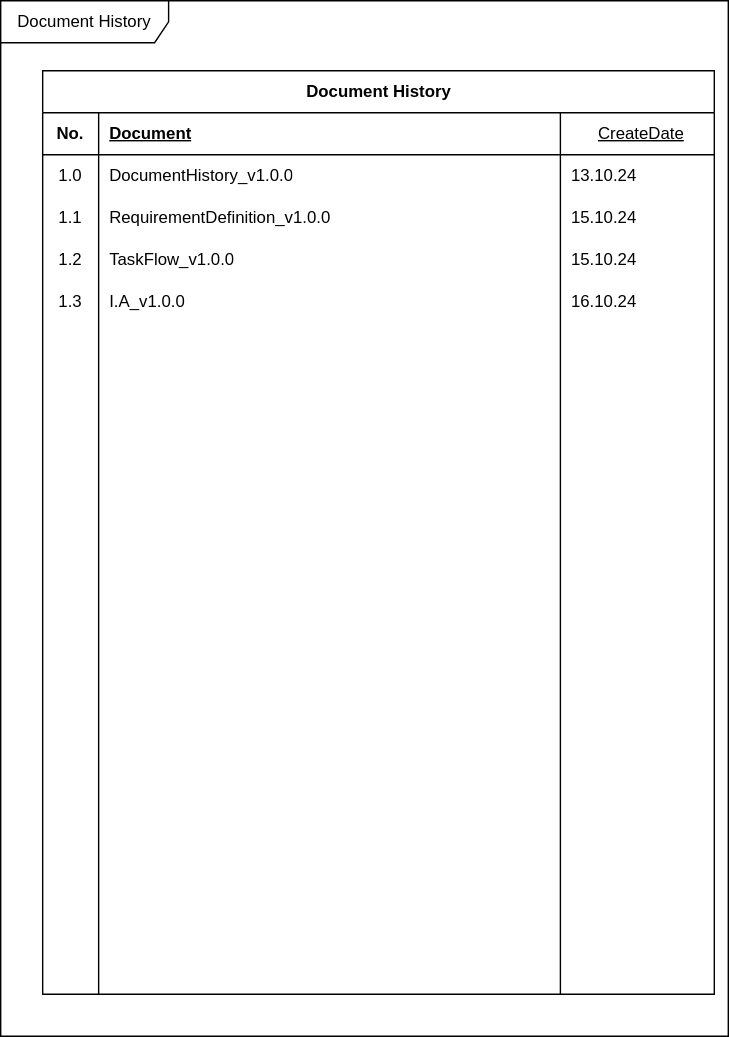
The draw.io diagram Document/WeadinatorDocumentation.svg in cjungwo/Weadinator, before a commit. Source tidied: cells renumbered, new cells last; positions are measured from the earlier drawing's top-left corner, leaving out a move shared by most shapes.
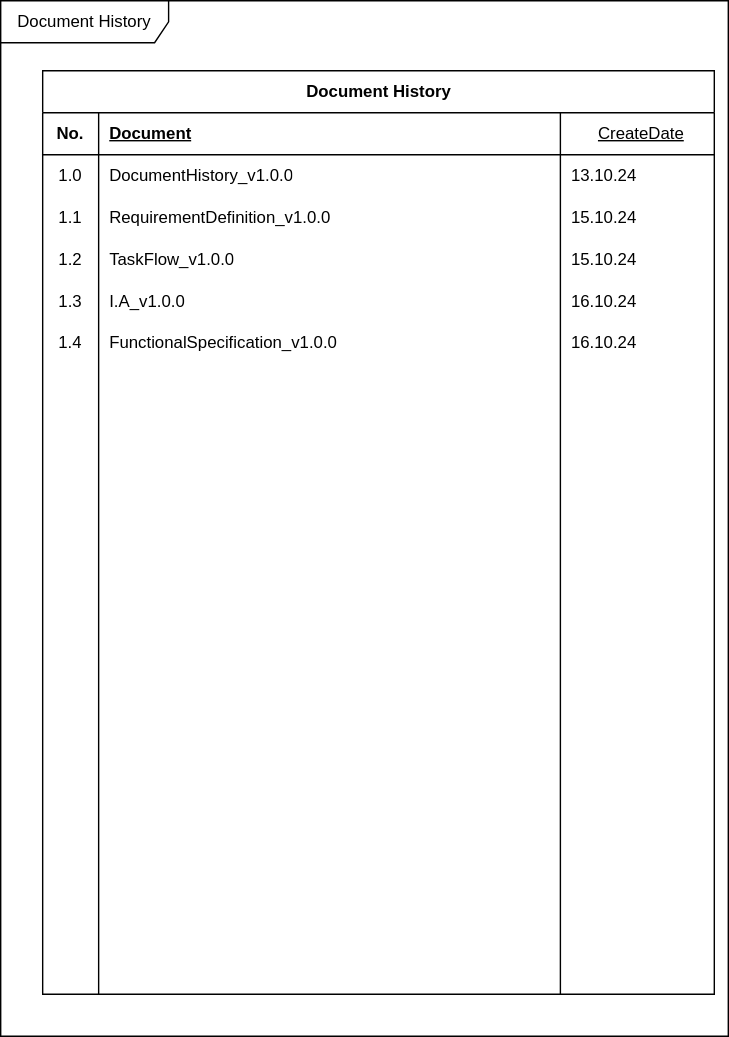
After the change.

Change to the diagram source:
```diff
@@ -71,13 +71,13 @@
     <mxCell id="24" style="shape=tableRow;horizontal=0;startSize=0;swimlaneHead=0;swimlaneBody=0;fillColor=none;top=0;left=0;right=0;bottom=0;" parent="3" vertex="1">
       <mxGeometry y="180" width="480" height="30" as="geometry" />
     </mxCell>
-    <mxCell id="25" style="shape=partialRectangle;fillColor=none;top=0;left=0;bottom=0;right=0;overflow=hidden;whiteSpace=wrap;html=1;" parent="24" vertex="1">
+    <mxCell id="25" value="1.&lt;span style=&quot;white-space: pre;&quot;&gt;4&lt;/span&gt;" style="shape=partialRectangle;fillColor=none;top=0;left=0;bottom=0;right=0;overflow=hidden;whiteSpace=wrap;html=1;" parent="24" vertex="1">
       <mxGeometry width="40" height="30" as="geometry" />
     </mxCell>
-    <mxCell id="26" style="shape=partialRectangle;fillColor=none;top=0;left=0;bottom=0;right=0;align=left;spacingLeft=6;overflow=hidden;whiteSpace=wrap;html=1;" parent="24" vertex="1">
+    <mxCell id="26" value="FunctionalSpecification_v1.0.0" style="shape=partialRectangle;fillColor=none;top=0;left=0;bottom=0;right=0;align=left;spacingLeft=6;overflow=hidden;whiteSpace=wrap;html=1;" parent="24" vertex="1">
       <mxGeometry x="40" width="330" height="30" as="geometry" />
     </mxCell>
-    <mxCell id="27" style="shape=partialRectangle;fillColor=none;top=0;left=0;bottom=0;right=0;align=left;spacingLeft=6;overflow=hidden;whiteSpace=wrap;html=1;" parent="24" vertex="1">
+    <mxCell id="27" value="16.10.24" style="shape=partialRectangle;fillColor=none;top=0;left=0;bottom=0;right=0;align=left;spacingLeft=6;overflow=hidden;whiteSpace=wrap;html=1;" parent="24" vertex="1">
       <mxGeometry x="370" width="110" height="30" as="geometry" />
     </mxCell>
     <mxCell id="28" style="shape=tableRow;horizontal=0;startSize=0;swimlaneHead=0;swimlaneBody=0;fillColor=none;top=0;left=0;right=0;bottom=0;" parent="3" vertex="1">
```
